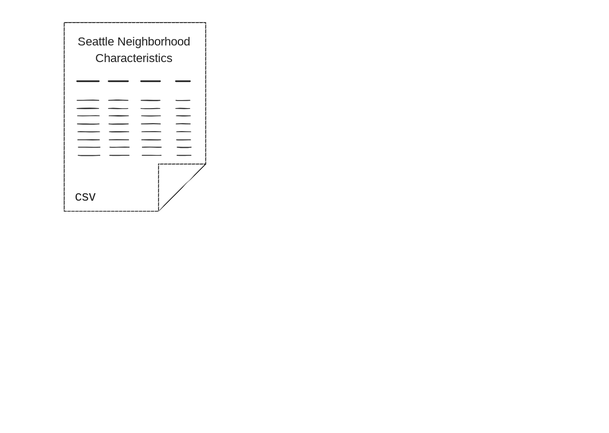
Above: docs/examples/multi_set_integration/multi_set_step_by_step_overview_diagram.excalidraw.svg in stevenvelozo/meadow-integration (Excalidraw), before the change. Source tidied: one line per element, renumbered; positions are measured from the earlier drawing's top-left corner, leaving out a move shared by most shapes. Source of this version:
```json
{"id": 0, "type": "line", "strokeColor": "#000000", "backgroundColor": "#ffffff", "fillStyle": "solid", "strokeWidth": 1, "roughness": 0, "x": 0, "y": 252, "width": 189, "height": 252, "points": [[0, 0], [126, 0], [189, -63], [189, -252], [0, -252], [0, 0]]}
{"id": 1, "type": "line", "strokeColor": "#000000", "backgroundColor": "#ffffff", "fillStyle": "solid", "strokeWidth": 1, "roughness": 0, "x": 126, "y": 252, "width": 0, "height": 63, "points": [[0, 0], [0, -63]]}
{"id": 2, "type": "line", "strokeColor": "#000000", "backgroundColor": "#ffffff", "fillStyle": "solid", "strokeWidth": 1, "roughness": 0, "x": 126, "y": 189, "width": 63, "height": 0, "points": [[0, 0], [63, 0]]}
{"id": 3, "type": "rectangle", "strokeColor": "transparent", "backgroundColor": "#ffffff", "fillStyle": "hachure", "strokeWidth": 1, "roughness": 0, "x": 0, "y": 0, "width": 189, "height": 252}
{"id": 4, "type": "text", "text": "Seattle Neighborhood\nCharacteristics", "strokeColor": "#1e1e1e", "strokeWidth": 2, "roughness": 0, "fontSize": 16.0, "fontFamily": 6, "textAlign": "center", "x": 13, "y": 15, "width": 159, "height": 43}
{"id": 5, "type": "line", "strokeColor": "#1e1e1e", "strokeWidth": 2, "roughness": 0, "x": 17, "y": 78, "width": 29, "height": 0, "points": [[0, 0], [29, 0]]}
{"id": 6, "type": "line", "strokeColor": "#1e1e1e", "strokeWidth": 2, "roughness": 0, "x": 59, "y": 78, "width": 26, "height": 0, "points": [[0, 0], [26, 0]]}
{"id": 7, "type": "line", "strokeColor": "#1e1e1e", "strokeWidth": 2, "roughness": 0, "x": 103, "y": 78, "width": 25, "height": 0, "points": [[0, 0], [25, 0]]}
{"id": 8, "type": "line", "strokeColor": "#1e1e1e", "strokeWidth": 2, "roughness": 0, "x": 149, "y": 78, "width": 19, "height": 0, "points": [[0, 0], [19, 0]]}
{"id": 9, "type": "line", "strokeColor": "#1e1e1e", "strokeWidth": 1, "roughness": 1, "x": 17, "y": 104, "width": 29, "height": 0, "points": [[0, 0], [29, 0]]}
{"id": 10, "type": "line", "strokeColor": "#1e1e1e", "strokeWidth": 1, "roughness": 1, "x": 59, "y": 104, "width": 26, "height": 0, "points": [[0, 0], [26, 0]]}
{"id": 11, "type": "line", "strokeColor": "#1e1e1e", "strokeWidth": 1, "roughness": 1, "x": 103, "y": 104, "width": 25, "height": 0, "points": [[0, 0], [25, 0]]}
{"id": 12, "type": "line", "strokeColor": "#1e1e1e", "strokeWidth": 1, "roughness": 1, "x": 149, "y": 104, "width": 19, "height": 0, "points": [[0, 0], [19, 0]]}
{"id": 13, "type": "line", "strokeColor": "#1e1e1e", "strokeWidth": 1, "roughness": 1, "x": 17, "y": 115, "width": 29, "height": 0, "points": [[0, 0], [29, 0]]}
{"id": 14, "type": "line", "strokeColor": "#1e1e1e", "strokeWidth": 1, "roughness": 1, "x": 59, "y": 115, "width": 26, "height": 0, "points": [[0, 0], [26, 0]]}
{"id": 15, "type": "line", "strokeColor": "#1e1e1e", "strokeWidth": 1, "roughness": 1, "x": 102, "y": 115, "width": 25, "height": 0, "points": [[0, 0], [25, 0]]}
{"id": 16, "type": "line", "strokeColor": "#1e1e1e", "strokeWidth": 1, "roughness": 1, "x": 149, "y": 115, "width": 19, "height": 0, "points": [[0, 0], [19, 0]]}
{"id": 17, "type": "line", "strokeColor": "#1e1e1e", "strokeWidth": 1, "roughness": 1, "x": 18, "y": 124, "width": 29, "height": 0, "points": [[0, 0], [29, 0]]}
{"id": 18, "type": "line", "strokeColor": "#1e1e1e", "strokeWidth": 1, "roughness": 1, "x": 60, "y": 124, "width": 26, "height": 0, "points": [[0, 0], [26, 0]]}
{"id": 19, "type": "line", "strokeColor": "#1e1e1e", "strokeWidth": 1, "roughness": 1, "x": 103, "y": 124, "width": 25, "height": 0, "points": [[0, 0], [25, 0]]}
{"id": 20, "type": "line", "strokeColor": "#1e1e1e", "strokeWidth": 1, "roughness": 1, "x": 150, "y": 124, "width": 19, "height": 0, "points": [[0, 0], [19, 0]]}
{"id": 21, "type": "line", "strokeColor": "#1e1e1e", "strokeWidth": 1, "roughness": 1, "x": 18, "y": 135, "width": 29, "height": 0, "points": [[0, 0], [29, 0]]}
{"id": 22, "type": "line", "strokeColor": "#1e1e1e", "strokeWidth": 1, "roughness": 1, "x": 60, "y": 135, "width": 26, "height": 0, "points": [[0, 0], [26, 0]]}
{"id": 23, "type": "line", "strokeColor": "#1e1e1e", "strokeWidth": 1, "roughness": 1, "x": 103, "y": 135, "width": 25, "height": 0, "points": [[0, 0], [25, 0]]}
{"id": 24, "type": "line", "strokeColor": "#1e1e1e", "strokeWidth": 1, "roughness": 1, "x": 149, "y": 135, "width": 19, "height": 0, "points": [[0, 0], [19, 0]]}
{"id": 25, "type": "line", "strokeColor": "#1e1e1e", "strokeWidth": 1, "roughness": 1, "x": 18, "y": 146, "width": 29, "height": 0, "points": [[0, 0], [29, 0]]}
{"id": 26, "type": "line", "strokeColor": "#1e1e1e", "strokeWidth": 1, "roughness": 1, "x": 60, "y": 146, "width": 26, "height": 0, "points": [[0, 0], [26, 0]]}
{"id": 27, "type": "line", "strokeColor": "#1e1e1e", "strokeWidth": 1, "roughness": 1, "x": 104, "y": 146, "width": 25, "height": 0, "points": [[0, 0], [25, 0]]}
{"id": 28, "type": "line", "strokeColor": "#1e1e1e", "strokeWidth": 1, "roughness": 1, "x": 150, "y": 146, "width": 19, "height": 0, "points": [[0, 0], [19, 0]]}
{"id": 29, "type": "line", "strokeColor": "#1e1e1e", "strokeWidth": 1, "roughness": 1, "x": 18, "y": 156, "width": 29, "height": 0, "points": [[0, 0], [29, 0]]}
{"id": 30, "type": "line", "strokeColor": "#1e1e1e", "strokeWidth": 1, "roughness": 1, "x": 60, "y": 156, "width": 26, "height": 0, "points": [[0, 0], [26, 0]]}
{"id": 31, "type": "line", "strokeColor": "#1e1e1e", "strokeWidth": 1, "roughness": 1, "x": 103, "y": 156, "width": 25, "height": 0, "points": [[0, 0], [25, 0]]}
{"id": 32, "type": "line", "strokeColor": "#1e1e1e", "strokeWidth": 1, "roughness": 1, "x": 150, "y": 156, "width": 19, "height": 0, "points": [[0, 0], [19, 0]]}
{"id": 33, "type": "line", "strokeColor": "#1e1e1e", "strokeWidth": 1, "roughness": 1, "x": 19, "y": 166, "width": 29, "height": 0, "points": [[0, 0], [29, 0]]}
{"id": 34, "type": "line", "strokeColor": "#1e1e1e", "strokeWidth": 1, "roughness": 1, "x": 61, "y": 166, "width": 26, "height": 0, "points": [[0, 0], [26, 0]]}
{"id": 35, "type": "line", "strokeColor": "#1e1e1e", "strokeWidth": 1, "roughness": 1, "x": 104, "y": 166, "width": 25, "height": 0, "points": [[0, 0], [25, 0]]}
{"id": 36, "type": "line", "strokeColor": "#1e1e1e", "strokeWidth": 1, "roughness": 1, "x": 151, "y": 166, "width": 19, "height": 0, "points": [[0, 0], [19, 0]]}
{"id": 37, "type": "line", "strokeColor": "#1e1e1e", "strokeWidth": 1, "roughness": 1, "x": 19, "y": 177, "width": 29, "height": 0, "points": [[0, 0], [29, 0]]}
{"id": 38, "type": "line", "strokeColor": "#1e1e1e", "strokeWidth": 1, "roughness": 1, "x": 61, "y": 177, "width": 26, "height": 0, "points": [[0, 0], [26, 0]]}
{"id": 39, "type": "line", "strokeColor": "#1e1e1e", "strokeWidth": 1, "roughness": 1, "x": 104, "y": 177, "width": 25, "height": 0, "points": [[0, 0], [25, 0]]}
{"id": 40, "type": "line", "strokeColor": "#1e1e1e", "strokeWidth": 1, "roughness": 1, "x": 150, "y": 177, "width": 19, "height": 0, "points": [[0, 0], [19, 0]]}
{"id": 41, "type": "text", "text": "csv", "strokeColor": "#1e1e1e", "backgroundColor": "#ffec99", "fillStyle": "solid", "strokeWidth": 1, "roughness": 1, "fontSize": 17.99, "fontFamily": 6, "textAlign": "center", "x": 15, "y": 220, "width": 26, "height": 24}
```
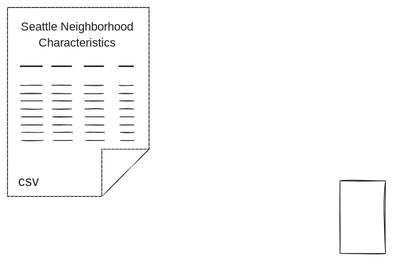
After the commit.

The edit, as a diff of the source:
```diff
@@ -5,11 +5,11 @@
 {"id": 4, "type": "text", "text": "Seattle Neighborhood\nCharacteristics", "strokeColor": "#1e1e1e", "strokeWidth": 2, "roughness": 0, "fontSize": 16.0, "fontFamily": 6, "textAlign": "center", "x": 13, "y": 15, "width": 159, "height": 43}
 {"id": 5, "type": "line", "strokeColor": "#1e1e1e", "strokeWidth": 2, "roughness": 0, "x": 17, "y": 78, "width": 29, "height": 0, "points": [[0, 0], [29, 0]]}
 {"id": 6, "type": "line", "strokeColor": "#1e1e1e", "strokeWidth": 2, "roughness": 0, "x": 59, "y": 78, "width": 26, "height": 0, "points": [[0, 0], [26, 0]]}
-{"id": 7, "type": "line", "strokeColor": "#1e1e1e", "strokeWidth": 2, "roughness": 0, "x": 103, "y": 78, "width": 25, "height": 0, "points": [[0, 0], [25, 0]]}
+{"id": 7, "type": "line", "strokeColor": "#1e1e1e", "strokeWidth": 2, "roughness": 0, "x": 102, "y": 78, "width": 25, "height": 0, "points": [[0, 0], [25, 0]]}
 {"id": 8, "type": "line", "strokeColor": "#1e1e1e", "strokeWidth": 2, "roughness": 0, "x": 149, "y": 78, "width": 19, "height": 0, "points": [[0, 0], [19, 0]]}
 {"id": 9, "type": "line", "strokeColor": "#1e1e1e", "strokeWidth": 1, "roughness": 1, "x": 17, "y": 104, "width": 29, "height": 0, "points": [[0, 0], [29, 0]]}
 {"id": 10, "type": "line", "strokeColor": "#1e1e1e", "strokeWidth": 1, "roughness": 1, "x": 59, "y": 104, "width": 26, "height": 0, "points": [[0, 0], [26, 0]]}
-{"id": 11, "type": "line", "strokeColor": "#1e1e1e", "strokeWidth": 1, "roughness": 1, "x": 103, "y": 104, "width": 25, "height": 0, "points": [[0, 0], [25, 0]]}
+{"id": 11, "type": "line", "strokeColor": "#1e1e1e", "strokeWidth": 1, "roughness": 1, "x": 102, "y": 104, "width": 25, "height": 0, "points": [[0, 0], [25, 0]]}
 {"id": 12, "type": "line", "strokeColor": "#1e1e1e", "strokeWidth": 1, "roughness": 1, "x": 149, "y": 104, "width": 19, "height": 0, "points": [[0, 0], [19, 0]]}
 {"id": 13, "type": "line", "strokeColor": "#1e1e1e", "strokeWidth": 1, "roughness": 1, "x": 17, "y": 115, "width": 29, "height": 0, "points": [[0, 0], [29, 0]]}
 {"id": 14, "type": "line", "strokeColor": "#1e1e1e", "strokeWidth": 1, "roughness": 1, "x": 59, "y": 115, "width": 26, "height": 0, "points": [[0, 0], [26, 0]]}
@@ -40,3 +40,4 @@
 {"id": 39, "type": "line", "strokeColor": "#1e1e1e", "strokeWidth": 1, "roughness": 1, "x": 104, "y": 177, "width": 25, "height": 0, "points": [[0, 0], [25, 0]]}
 {"id": 40, "type": "line", "strokeColor": "#1e1e1e", "strokeWidth": 1, "roughness": 1, "x": 150, "y": 177, "width": 19, "height": 0, "points": [[0, 0], [19, 0]]}
 {"id": 41, "type": "text", "text": "csv", "strokeColor": "#1e1e1e", "backgroundColor": "#ffec99", "fillStyle": "solid", "strokeWidth": 1, "roughness": 1, "fontSize": 17.99, "fontFamily": 6, "textAlign": "center", "x": 15, "y": 220, "width": 26, "height": 24}
+{"id": 42, "type": "rectangle", "strokeColor": "#1e1e1e", "backgroundColor": "#ffffff", "fillStyle": "solid", "strokeWidth": 1, "roughness": 1, "x": 443, "y": 231, "width": 61, "height": 97}
```
